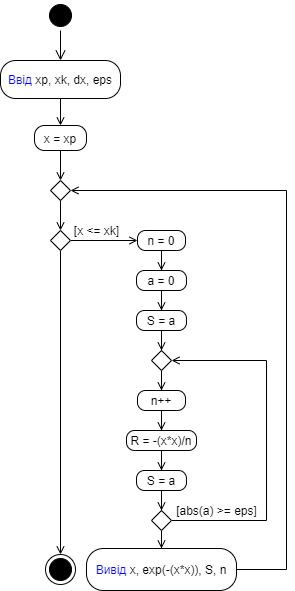
fhctyw/Lab4.7 keeps this draw.io diagram as UML.png. Above is the earlier version. Source tidied: cells renumbered, new cells last; positions are measured from the earlier drawing's top-left corner, leaving out a move shared by most shapes.
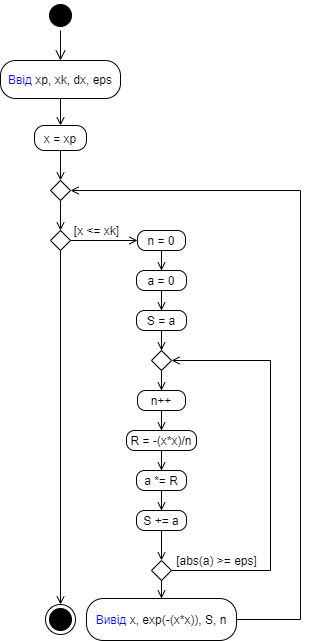
After the commit.

Commit message:
and another one

Change to the diagram source:
```diff
@@ -76,42 +76,48 @@
     <mxCell id="25" value="R = -(x*x)/n" style="rounded=1;whiteSpace=wrap;html=1;arcSize=40;" parent="1" vertex="1">
       <mxGeometry x="126" y="430" width="70" height="20" as="geometry" />
     </mxCell>
-    <mxCell id="26" style="edgeStyle=orthogonalEdgeStyle;rounded=0;jettySize=auto;html=1;entryX=0.5;entryY=0;entryDx=0;entryDy=0;endArrow=open;endFill=0;strokeColor=#000000;" parent="1" edge="1" source="27" target="30">
-      <mxGeometry relative="1" as="geometry" />
-    </mxCell>
+    <mxCell id="35" style="edgeStyle=orthogonalEdgeStyle;rounded=0;jettySize=auto;html=1;entryX=0.5;entryY=0;entryDx=0;entryDy=0;endArrow=open;endFill=0;" parent="1" edge="1" source="27" target="37">
+      <mxGeometry relative="1" as="geometry" />
+    </mxCell>
-    <mxCell id="27" value="S = a" style="rounded=1;whiteSpace=wrap;html=1;arcSize=40;" parent="1" vertex="1">
+    <mxCell id="27" value="a *= R" style="rounded=1;whiteSpace=wrap;html=1;arcSize=40;" parent="1" vertex="1">
       <mxGeometry x="136" y="470" width="50" height="20" as="geometry" />
     </mxCell>
+    <mxCell id="29" style="edgeStyle=orthogonalEdgeStyle;rounded=0;jettySize=auto;html=1;entryX=0.5;entryY=0;entryDx=0;entryDy=0;endArrow=open;endFill=0;strokeColor=#000000;" parent="1" edge="1" source="30" target="33">
+      <mxGeometry relative="1" as="geometry" />
+    </mxCell>
-    <mxCell id="28" style="edgeStyle=orthogonalEdgeStyle;rounded=0;jettySize=auto;html=1;entryX=1;entryY=0.5;entryDx=0;entryDy=0;endArrow=open;endFill=0;strokeColor=#000000;" parent="1" edge="1" source="30" target="21">
+    <mxCell id="28" style="edgeStyle=orthogonalEdgeStyle;rounded=0;jettySize=auto;html=1;entryX=1;entryY=0.5;entryDx=0;entryDy=0;endArrow=open;endFill=0;" parent="1" edge="1" source="30" target="21">
       <mxGeometry relative="1" as="geometry">
         <Array as="points">
-          <mxPoint x="266" y="520" />
-          <mxPoint x="266" y="360" />
+          <mxPoint x="270" y="570" />
+          <mxPoint x="270" y="360" />
         </Array>
       </mxGeometry>
     </mxCell>
-    <mxCell id="29" style="edgeStyle=orthogonalEdgeStyle;rounded=0;jettySize=auto;html=1;entryX=0.5;entryY=0;entryDx=0;entryDy=0;endArrow=open;endFill=0;strokeColor=#000000;" parent="1" edge="1" source="30" target="33">
-      <mxGeometry relative="1" as="geometry" />
-    </mxCell>
     <mxCell id="30" style="rhombus;whiteSpace=wrap;html=1;strokeColor=#000000;" parent="1" vertex="1">
-      <mxGeometry x="151" y="510" width="20" height="20" as="geometry" />
+      <mxGeometry x="151" y="560" width="20" height="20" as="geometry" />
     </mxCell>
     <mxCell id="31" value="[abs(a) &amp;gt;= eps]" style="text;html=1;align=center;verticalAlign=middle;strokeColor=none;fillColor=none;" parent="1" vertex="1">
-      <mxGeometry x="166" y="500" width="100" height="20" as="geometry" />
+      <mxGeometry x="166" y="550" width="100" height="20" as="geometry" />
     </mxCell>
-    <mxCell id="32" style="edgeStyle=orthogonalEdgeStyle;rounded=0;jettySize=auto;html=1;entryX=1;entryY=0.5;entryDx=0;entryDy=0;endArrow=open;endFill=0;strokeColor=#000000;" parent="1" edge="1" source="33" target="7">
+    <mxCell id="32" style="edgeStyle=orthogonalEdgeStyle;rounded=0;jettySize=auto;html=1;entryX=1;entryY=0.5;entryDx=0;entryDy=0;endArrow=open;endFill=0;" parent="1" edge="1" source="33" target="7">
       <mxGeometry relative="1" as="geometry">
         <Array as="points">
-          <mxPoint x="286" y="569" />
-          <mxPoint x="286" y="190" />
+          <mxPoint x="300" y="619" />
+          <mxPoint x="300" y="190" />
         </Array>
       </mxGeometry>
     </mxCell>
     <mxCell id="33" value="&lt;font color=&quot;#0000ff&quot;&gt;Вивід &lt;/font&gt;x, exp(-(x*x)), S, n" style="rounded=1;whiteSpace=wrap;html=1;arcSize=40;" parent="1" vertex="1">
-      <mxGeometry x="86" y="548" width="150" height="42" as="geometry" />
+      <mxGeometry x="86" y="598" width="150" height="42" as="geometry" />
     </mxCell>
     <mxCell id="34" style="ellipse;html=1;shape=endState;fillColor=#000000;strokeColor=#000000;" parent="1" vertex="1">
-      <mxGeometry x="45" y="554" width="30" height="30" as="geometry" />
+      <mxGeometry x="45" y="604" width="30" height="30" as="geometry" />
     </mxCell>
+    <mxCell id="36" style="edgeStyle=orthogonalEdgeStyle;rounded=0;jettySize=auto;html=1;entryX=0.5;entryY=0;entryDx=0;entryDy=0;endArrow=open;endFill=0;" parent="1" edge="1" source="37" target="30">
+      <mxGeometry relative="1" as="geometry" />
+    </mxCell>
+    <mxCell id="37" value="S += a" style="rounded=1;whiteSpace=wrap;html=1;arcSize=40;" parent="1" vertex="1">
+      <mxGeometry x="136" y="510" width="50" height="20" as="geometry" />
+    </mxCell>
   </root>
 </mxGraphModel>
```
